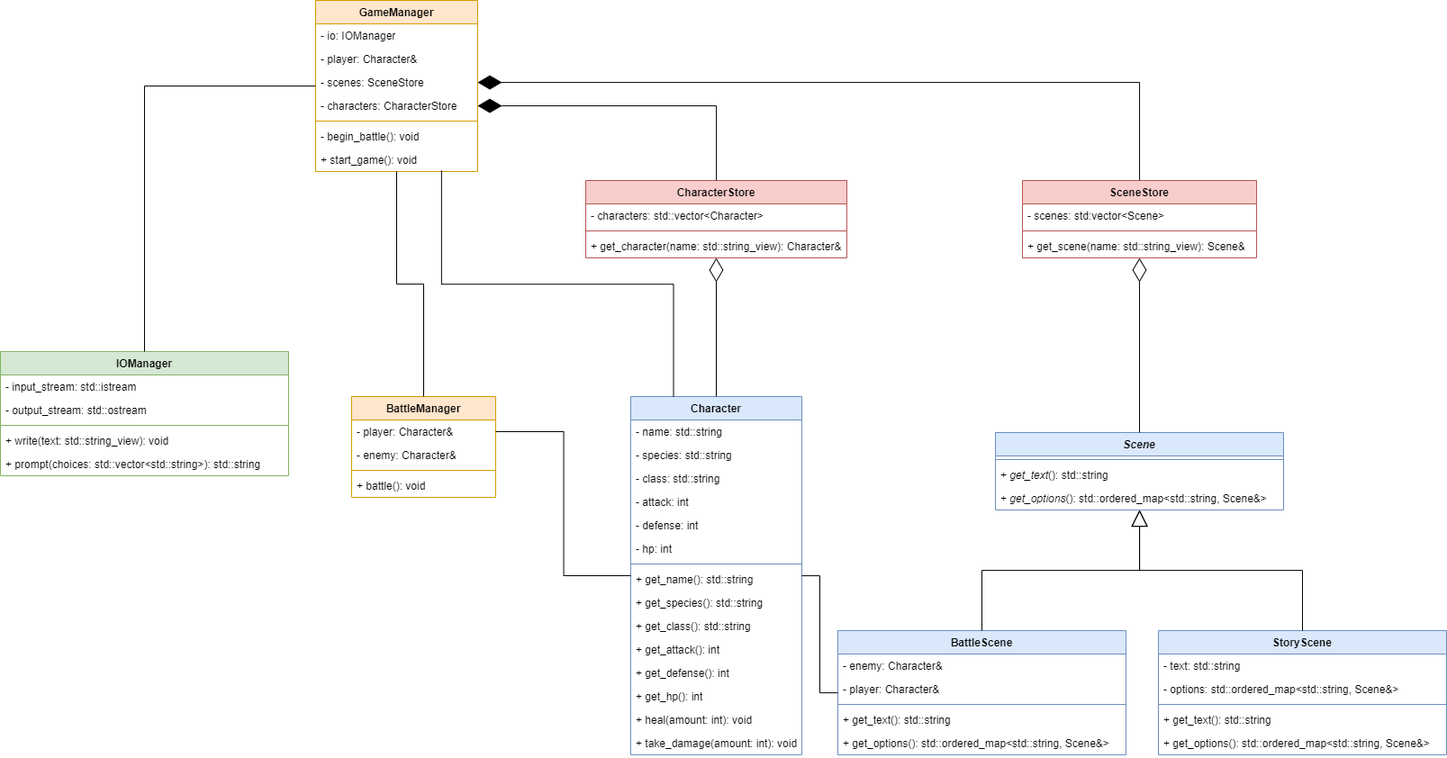
Before: class_diagram.png, a diagram exported from draw.io (youranye/RPG-Game-Void-Quest). Source tidied: cells renumbered, new cells last; positions are measured from the earlier drawing's top-left corner, leaving out a move shared by most shapes.
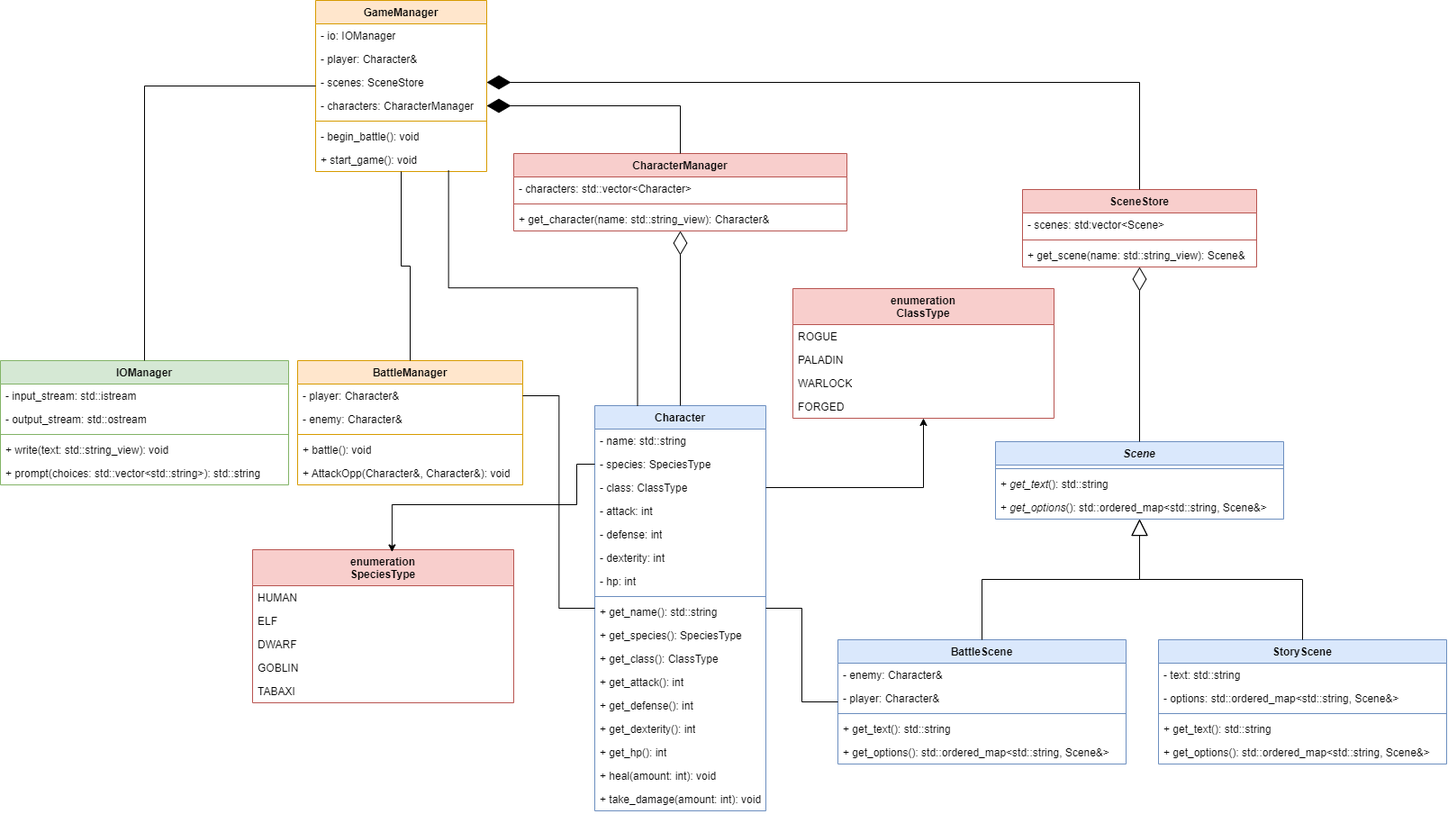
Later version of the same file.

Commit message:
updated class diagram and description to be more accurate

Diff of the diagram source:
```diff
@@ -3,15 +3,15 @@
     <mxCell id="0" />
     <mxCell id="1" parent="0" />
     <mxCell id="2" value="Character" style="swimlane;fontStyle=1;align=center;verticalAlign=top;horizontal=1;startSize=26;whiteSpace=wrap;html=1;fillColor=#dae8fc;strokeColor=#6c8ebf;" parent="1" vertex="1">
-      <mxGeometry x="700" y="440" width="190" height="398" as="geometry" />
+      <mxGeometry x="660" y="440" width="190" height="450" as="geometry" />
     </mxCell>
     <mxCell id="3" value="- name: std::string" style="text;strokeColor=none;fillColor=none;align=left;verticalAlign=top;spacingLeft=4;spacingRight=4;overflow=hidden;whiteSpace=wrap;html=1;" parent="2" vertex="1">
       <mxGeometry y="26" width="190" height="26" as="geometry" />
     </mxCell>
-    <mxCell id="4" value="- species: std::string" style="text;strokeColor=none;fillColor=none;align=left;verticalAlign=top;spacingLeft=4;spacingRight=4;overflow=hidden;points=[[0,0.5],[1,0.5]];portConstraint=eastwest;whiteSpace=wrap;html=1;" parent="2" vertex="1">
+    <mxCell id="4" value="- species: SpeciesType" style="text;strokeColor=none;fillColor=none;align=left;verticalAlign=top;spacingLeft=4;spacingRight=4;overflow=hidden;points=[[0,0.5],[1,0.5]];portConstraint=eastwest;whiteSpace=wrap;html=1;" parent="2" vertex="1">
       <mxGeometry y="52" width="190" height="26" as="geometry" />
     </mxCell>
-    <mxCell id="5" value="- class: std::string" style="text;strokeColor=none;fillColor=none;align=left;verticalAlign=top;spacingLeft=4;spacingRight=4;overflow=hidden;points=[[0,0.5],[1,0.5]];portConstraint=eastwest;whiteSpace=wrap;html=1;" parent="2" vertex="1">
+    <mxCell id="5" value="- class: ClassType" style="text;strokeColor=none;fillColor=none;align=left;verticalAlign=top;spacingLeft=4;spacingRight=4;overflow=hidden;points=[[0,0.5],[1,0.5]];portConstraint=eastwest;whiteSpace=wrap;html=1;" parent="2" vertex="1">
       <mxGeometry y="78" width="190" height="26" as="geometry" />
     </mxCell>
     <mxCell id="6" value="- attack: int" style="text;strokeColor=none;fillColor=none;align=left;verticalAlign=top;spacingLeft=4;spacingRight=4;overflow=hidden;whiteSpace=wrap;html=1;" parent="2" vertex="1">
@@ -20,35 +20,41 @@
     <mxCell id="7" value="- defense: int" style="text;strokeColor=none;fillColor=none;align=left;verticalAlign=top;spacingLeft=4;spacingRight=4;overflow=hidden;whiteSpace=wrap;html=1;" parent="2" vertex="1">
       <mxGeometry y="130" width="190" height="26" as="geometry" />
     </mxCell>
+    <mxCell id="72" value="- dexterity: int" style="text;strokeColor=none;fillColor=none;align=left;verticalAlign=top;spacingLeft=4;spacingRight=4;overflow=hidden;whiteSpace=wrap;html=1;" parent="2" vertex="1">
+      <mxGeometry y="156" width="190" height="26" as="geometry" />
+    </mxCell>
     <mxCell id="8" value="- hp: int" style="text;strokeColor=none;fillColor=none;align=left;verticalAlign=top;spacingLeft=4;spacingRight=4;overflow=hidden;whiteSpace=wrap;html=1;" parent="2" vertex="1">
-      <mxGeometry y="156" width="190" height="26" as="geometry" />
+      <mxGeometry y="182" width="190" height="26" as="geometry" />
     </mxCell>
     <mxCell id="9" style="line;strokeWidth=1;fillColor=none;align=left;verticalAlign=middle;spacingTop=-1;spacingLeft=3;spacingRight=3;labelPosition=right;strokeColor=inherit;" parent="2" vertex="1">
-      <mxGeometry y="182" width="190" height="8" as="geometry" />
+      <mxGeometry y="208" width="190" height="8" as="geometry" />
     </mxCell>
     <mxCell id="10" value="+ get_name(): std::string" style="text;strokeColor=none;fillColor=none;align=left;verticalAlign=top;spacingLeft=4;spacingRight=4;overflow=hidden;whiteSpace=wrap;html=1;" parent="2" vertex="1">
-      <mxGeometry y="190" width="190" height="26" as="geometry" />
+      <mxGeometry y="216" width="190" height="26" as="geometry" />
     </mxCell>
-    <mxCell id="11" value="+ get_species(): std::string" style="text;strokeColor=none;fillColor=none;align=left;verticalAlign=top;spacingLeft=4;spacingRight=4;overflow=hidden;whiteSpace=wrap;html=1;" parent="2" vertex="1">
-      <mxGeometry y="216" width="190" height="26" as="geometry" />
+    <mxCell id="11" value="+ get_species(): SpeciesType" style="text;strokeColor=none;fillColor=none;align=left;verticalAlign=top;spacingLeft=4;spacingRight=4;overflow=hidden;whiteSpace=wrap;html=1;" parent="2" vertex="1">
+      <mxGeometry y="242" width="190" height="26" as="geometry" />
     </mxCell>
-    <mxCell id="12" value="+ get_class(): std::string" style="text;strokeColor=none;fillColor=none;align=left;verticalAlign=top;spacingLeft=4;spacingRight=4;overflow=hidden;whiteSpace=wrap;html=1;" parent="2" vertex="1">
-      <mxGeometry y="242" width="190" height="26" as="geometry" />
+    <mxCell id="12" value="+ get_class(): ClassType" style="text;strokeColor=none;fillColor=none;align=left;verticalAlign=top;spacingLeft=4;spacingRight=4;overflow=hidden;whiteSpace=wrap;html=1;" parent="2" vertex="1">
+      <mxGeometry y="268" width="190" height="26" as="geometry" />
     </mxCell>
     <mxCell id="13" value="+ get_attack(): int" style="text;strokeColor=none;fillColor=none;align=left;verticalAlign=top;spacingLeft=4;spacingRight=4;overflow=hidden;whiteSpace=wrap;html=1;" parent="2" vertex="1">
-      <mxGeometry y="268" width="190" height="26" as="geometry" />
+      <mxGeometry y="294" width="190" height="26" as="geometry" />
     </mxCell>
     <mxCell id="14" value="+ get_defense(): int" style="text;strokeColor=none;fillColor=none;align=left;verticalAlign=top;spacingLeft=4;spacingRight=4;overflow=hidden;whiteSpace=wrap;html=1;" parent="2" vertex="1">
-      <mxGeometry y="294" width="190" height="26" as="geometry" />
+      <mxGeometry y="320" width="190" height="26" as="geometry" />
     </mxCell>
+    <mxCell id="73" value="+ get_dexterity(): int" style="text;strokeColor=none;fillColor=none;align=left;verticalAlign=top;spacingLeft=4;spacingRight=4;overflow=hidden;whiteSpace=wrap;html=1;" parent="2" vertex="1">
+      <mxGeometry y="346" width="190" height="26" as="geometry" />
+    </mxCell>
     <mxCell id="15" value="+ get_hp(): int" style="text;strokeColor=none;fillColor=none;align=left;verticalAlign=top;spacingLeft=4;spacingRight=4;overflow=hidden;whiteSpace=wrap;html=1;" parent="2" vertex="1">
-      <mxGeometry y="320" width="190" height="26" as="geometry" />
+      <mxGeometry y="372" width="190" height="26" as="geometry" />
     </mxCell>
     <mxCell id="16" value="+ heal(amount: int): void" style="text;strokeColor=none;fillColor=none;align=left;verticalAlign=top;spacingLeft=4;spacingRight=4;overflow=hidden;whiteSpace=wrap;html=1;" parent="2" vertex="1">
-      <mxGeometry y="346" width="190" height="26" as="geometry" />
+      <mxGeometry y="398" width="190" height="26" as="geometry" />
     </mxCell>
     <mxCell id="17" value="+ take_damage(amount: int): void" style="text;strokeColor=none;fillColor=none;align=left;verticalAlign=top;spacingLeft=4;spacingRight=4;overflow=hidden;whiteSpace=wrap;html=1;" parent="2" vertex="1">
-      <mxGeometry y="372" width="190" height="26" as="geometry" />
+      <mxGeometry y="424" width="190" height="26" as="geometry" />
     </mxCell>
     <mxCell id="18" value="IOManager" style="swimlane;fontStyle=1;align=center;verticalAlign=top;horizontal=1;startSize=26;whiteSpace=wrap;html=1;fillColor=#d5e8d4;strokeColor=#82b366;" parent="1" vertex="1">
       <mxGeometry y="390" width="320" height="138" as="geometry" />
@@ -69,56 +75,59 @@
       <mxGeometry y="112" width="320" height="26" as="geometry" />
     </mxCell>
     <mxCell id="24" value="GameManager" style="swimlane;fontStyle=1;align=center;verticalAlign=top;horizontal=1;startSize=26;whiteSpace=wrap;html=1;fillColor=#ffe6cc;strokeColor=#d79b00;" parent="1" vertex="1">
-      <mxGeometry x="350" width="180" height="190" as="geometry" />
+      <mxGeometry x="350" y="-10" width="190" height="190" as="geometry" />
     </mxCell>
     <mxCell id="25" value="- io: IOManager" style="text;strokeColor=none;fillColor=none;align=left;verticalAlign=top;spacingLeft=4;spacingRight=4;overflow=hidden;whiteSpace=wrap;html=1;" parent="24" vertex="1">
-      <mxGeometry y="26" width="180" height="26" as="geometry" />
+      <mxGeometry y="26" width="190" height="26" as="geometry" />
     </mxCell>
     <mxCell id="26" value="- player: Character&amp;amp;" style="text;strokeColor=none;fillColor=none;align=left;verticalAlign=top;spacingLeft=4;spacingRight=4;overflow=hidden;whiteSpace=wrap;html=1;" parent="24" vertex="1">
-      <mxGeometry y="52" width="180" height="26" as="geometry" />
+      <mxGeometry y="52" width="190" height="26" as="geometry" />
     </mxCell>
     <mxCell id="27" value="- scenes: SceneStore" style="text;strokeColor=none;fillColor=none;align=left;verticalAlign=top;spacingLeft=4;spacingRight=4;overflow=hidden;points=[[0,0.5],[1,0.5]];portConstraint=eastwest;whiteSpace=wrap;html=1;" parent="24" vertex="1">
-      <mxGeometry y="78" width="180" height="26" as="geometry" />
+      <mxGeometry y="78" width="190" height="26" as="geometry" />
     </mxCell>
-    <mxCell id="28" value="- characters: CharacterStore" style="text;strokeColor=none;fillColor=none;align=left;verticalAlign=top;spacingLeft=4;spacingRight=4;overflow=hidden;points=[[0,0.5],[1,0.5]];portConstraint=eastwest;whiteSpace=wrap;html=1;" parent="24" vertex="1">
-      <mxGeometry y="104" width="180" height="26" as="geometry" />
+    <mxCell id="28" value="- characters: CharacterManager" style="text;strokeColor=none;fillColor=none;align=left;verticalAlign=top;spacingLeft=4;spacingRight=4;overflow=hidden;points=[[0,0.5],[1,0.5]];portConstraint=eastwest;whiteSpace=wrap;html=1;" parent="24" vertex="1">
+      <mxGeometry y="104" width="190" height="26" as="geometry" />
     </mxCell>
     <mxCell id="29" style="line;strokeWidth=1;fillColor=none;align=left;verticalAlign=middle;spacingTop=-1;spacingLeft=3;spacingRight=3;labelPosition=right;strokeColor=inherit;" parent="24" vertex="1">
-      <mxGeometry y="130" width="180" height="8" as="geometry" />
+      <mxGeometry y="130" width="190" height="8" as="geometry" />
     </mxCell>
     <mxCell id="30" value="- begin_battle(): void" style="text;strokeColor=none;fillColor=none;align=left;verticalAlign=top;spacingLeft=4;spacingRight=4;overflow=hidden;whiteSpace=wrap;html=1;" parent="24" vertex="1">
-      <mxGeometry y="138" width="180" height="26" as="geometry" />
+      <mxGeometry y="138" width="190" height="26" as="geometry" />
     </mxCell>
     <mxCell id="31" value="+ start_game(): void" style="text;strokeColor=none;fillColor=none;align=left;verticalAlign=top;spacingLeft=4;spacingRight=4;overflow=hidden;points=[[0,0.5],[1,0.5]];portConstraint=eastwest;whiteSpace=wrap;html=1;" parent="24" vertex="1">
-      <mxGeometry y="164" width="180" height="26" as="geometry" />
+      <mxGeometry y="164" width="190" height="26" as="geometry" />
     </mxCell>
-    <mxCell id="32" value="CharacterStore" style="swimlane;fontStyle=1;align=center;verticalAlign=top;horizontal=1;startSize=26;whiteSpace=wrap;html=1;fillColor=#f8cecc;strokeColor=#b85450;" parent="1" vertex="1">
-      <mxGeometry x="650" y="200" width="290" height="86" as="geometry" />
+    <mxCell id="32" value="CharacterManager" style="swimlane;fontStyle=1;align=center;verticalAlign=top;horizontal=1;startSize=26;whiteSpace=wrap;html=1;fillColor=#f8cecc;strokeColor=#b85450;" parent="1" vertex="1">
+      <mxGeometry x="570" y="160" width="370" height="86" as="geometry" />
     </mxCell>
     <mxCell id="33" value="- characters: std::vector&amp;lt;Character&amp;gt;" style="text;strokeColor=none;fillColor=none;align=left;verticalAlign=top;spacingLeft=4;spacingRight=4;overflow=hidden;whiteSpace=wrap;html=1;" parent="32" vertex="1">
-      <mxGeometry y="26" width="290" height="26" as="geometry" />
+      <mxGeometry y="26" width="370" height="26" as="geometry" />
     </mxCell>
     <mxCell id="34" style="line;strokeWidth=1;fillColor=none;align=left;verticalAlign=middle;spacingTop=-1;spacingLeft=3;spacingRight=3;labelPosition=right;strokeColor=inherit;" parent="32" vertex="1">
-      <mxGeometry y="52" width="290" height="8" as="geometry" />
+      <mxGeometry y="52" width="370" height="8" as="geometry" />
     </mxCell>
     <mxCell id="35" value="+ get_character(name: std::string_view): Character&amp;amp;" style="text;strokeColor=none;fillColor=none;align=left;verticalAlign=top;spacingLeft=4;spacingRight=4;overflow=hidden;whiteSpace=wrap;html=1;" parent="32" vertex="1">
-      <mxGeometry y="60" width="290" height="26" as="geometry" />
+      <mxGeometry y="60" width="370" height="26" as="geometry" />
     </mxCell>
     <mxCell id="36" value="BattleManager" style="swimlane;fontStyle=1;align=center;verticalAlign=top;horizontal=1;startSize=26;whiteSpace=wrap;html=1;fillColor=#ffe6cc;strokeColor=#d79b00;" parent="1" vertex="1">
-      <mxGeometry x="390" y="440" width="160" height="112" as="geometry" />
+      <mxGeometry x="330" y="390" width="250" height="138" as="geometry" />
     </mxCell>
     <mxCell id="37" value="- player: Character&amp;amp;" style="text;strokeColor=none;fillColor=none;align=left;verticalAlign=top;spacingLeft=4;spacingRight=4;overflow=hidden;points=[[0,0.5],[1,0.5]];portConstraint=eastwest;whiteSpace=wrap;html=1;" parent="36" vertex="1">
-      <mxGeometry y="26" width="160" height="26" as="geometry" />
+      <mxGeometry y="26" width="250" height="26" as="geometry" />
     </mxCell>
     <mxCell id="38" value="- enemy: Character&amp;amp;" style="text;strokeColor=none;fillColor=none;align=left;verticalAlign=top;spacingLeft=4;spacingRight=4;overflow=hidden;whiteSpace=wrap;html=1;" parent="36" vertex="1">
-      <mxGeometry y="52" width="160" height="26" as="geometry" />
+      <mxGeometry y="52" width="250" height="26" as="geometry" />
     </mxCell>
     <mxCell id="39" style="line;strokeWidth=1;fillColor=none;align=left;verticalAlign=middle;spacingTop=-1;spacingLeft=3;spacingRight=3;labelPosition=right;strokeColor=inherit;" parent="36" vertex="1">
-      <mxGeometry y="78" width="160" height="8" as="geometry" />
+      <mxGeometry y="78" width="250" height="8" as="geometry" />
     </mxCell>
     <mxCell id="40" value="+ battle(): void" style="text;strokeColor=none;fillColor=none;align=left;verticalAlign=top;spacingLeft=4;spacingRight=4;overflow=hidden;whiteSpace=wrap;html=1;" parent="36" vertex="1">
-      <mxGeometry y="86" width="160" height="26" as="geometry" />
+      <mxGeometry y="86" width="250" height="26" as="geometry" />
     </mxCell>
+    <mxCell id="74" value="+ AttackOpp(Character&amp;amp;, Character&amp;amp;): void" style="text;strokeColor=none;fillColor=none;align=left;verticalAlign=top;spacingLeft=4;spacingRight=4;overflow=hidden;whiteSpace=wrap;html=1;" parent="36" vertex="1">
+      <mxGeometry y="112" width="250" height="26" as="geometry" />
+    </mxCell>
     <mxCell id="41" style="endArrow=none;html=1;edgeStyle=elbowEdgeStyle;rounded=0;" parent="1" edge="1" source="2" target="37">
       <mxGeometry relative="1" as="geometry" />
     </mxCell>
@@ -212,5 +221,50 @@
     <mxCell id="71" style="endArrow=diamondThin;endFill=1;endSize=24;html=1;rounded=0;edgeStyle=orthogonalEdgeStyle;" parent="1" edge="1" source="43" target="27">
       <mxGeometry relative="1" as="geometry" />
     </mxCell>
+    <mxCell id="75" value="enumeration&lt;br&gt;ClassType" style="swimlane;fontStyle=1;align=center;verticalAlign=top;horizontal=1;startSize=40;whiteSpace=wrap;html=1;fillColor=#f8cecc;strokeColor=#b85450;" parent="1" vertex="1">
+      <mxGeometry x="880" y="310" width="290" height="144" as="geometry" />
+    </mxCell>
+    <mxCell id="76" value="ROGUE" style="text;strokeColor=none;fillColor=none;align=left;verticalAlign=top;spacingLeft=4;spacingRight=4;overflow=hidden;whiteSpace=wrap;html=1;" parent="75" vertex="1">
+      <mxGeometry y="40" width="290" height="26" as="geometry" />
+    </mxCell>
+    <mxCell id="77" value="PALADIN" style="text;strokeColor=none;fillColor=none;align=left;verticalAlign=top;spacingLeft=4;spacingRight=4;overflow=hidden;whiteSpace=wrap;html=1;" parent="75" vertex="1">
+      <mxGeometry y="66" width="290" height="26" as="geometry" />
+    </mxCell>
+    <mxCell id="78" value="WARLOCK" style="text;strokeColor=none;fillColor=none;align=left;verticalAlign=top;spacingLeft=4;spacingRight=4;overflow=hidden;whiteSpace=wrap;html=1;" parent="75" vertex="1">
+      <mxGeometry y="92" width="290" height="26" as="geometry" />
+    </mxCell>
+    <mxCell id="79" value="FORGED" style="text;strokeColor=none;fillColor=none;align=left;verticalAlign=top;spacingLeft=4;spacingRight=4;overflow=hidden;whiteSpace=wrap;html=1;" parent="75" vertex="1">
+      <mxGeometry y="118" width="290" height="26" as="geometry" />
+    </mxCell>
+    <mxCell id="80" style="edgeStyle=orthogonalEdgeStyle;rounded=0;jettySize=auto;html=1;" parent="1" edge="1" source="5" target="75">
+      <mxGeometry relative="1" as="geometry" />
+    </mxCell>
+    <mxCell id="81" value="enumeration&lt;br&gt;SpeciesType" style="swimlane;fontStyle=1;align=center;verticalAlign=top;horizontal=1;startSize=40;whiteSpace=wrap;html=1;fillColor=#f8cecc;strokeColor=#b85450;" parent="1" vertex="1">
+      <mxGeometry x="280" y="600" width="290" height="170" as="geometry" />
+    </mxCell>
+    <mxCell id="82" value="HUMAN&lt;span id=&quot;docs-internal-guid-f17bb380-7fff-ab81-c959-16653413403e&quot;&gt;&lt;/span&gt;" style="text;strokeColor=none;fillColor=none;align=left;verticalAlign=top;spacingLeft=4;spacingRight=4;overflow=hidden;whiteSpace=wrap;html=1;" parent="81" vertex="1">
+      <mxGeometry y="40" width="290" height="26" as="geometry" />
+    </mxCell>
+    <mxCell id="83" value="ELF" style="text;strokeColor=none;fillColor=none;align=left;verticalAlign=top;spacingLeft=4;spacingRight=4;overflow=hidden;whiteSpace=wrap;html=1;" parent="81" vertex="1">
+      <mxGeometry y="66" width="290" height="26" as="geometry" />
+    </mxCell>
+    <mxCell id="84" value="DWARF" style="text;strokeColor=none;fillColor=none;align=left;verticalAlign=top;spacingLeft=4;spacingRight=4;overflow=hidden;whiteSpace=wrap;html=1;" parent="81" vertex="1">
+      <mxGeometry y="92" width="290" height="26" as="geometry" />
+    </mxCell>
+    <mxCell id="85" value="GOBLIN" style="text;strokeColor=none;fillColor=none;align=left;verticalAlign=top;spacingLeft=4;spacingRight=4;overflow=hidden;whiteSpace=wrap;html=1;" parent="81" vertex="1">
+      <mxGeometry y="118" width="290" height="26" as="geometry" />
+    </mxCell>
+    <mxCell id="86" value="TABAXI" style="text;strokeColor=none;fillColor=none;align=left;verticalAlign=top;spacingLeft=4;spacingRight=4;overflow=hidden;whiteSpace=wrap;html=1;" parent="81" vertex="1">
+      <mxGeometry y="144" width="290" height="26" as="geometry" />
+    </mxCell>
+    <mxCell id="87" style="edgeStyle=orthogonalEdgeStyle;rounded=0;jettySize=auto;html=1;exitX=0;exitY=0.5;exitDx=0;exitDy=0;entryX=0.534;entryY=0.015;entryDx=0;entryDy=0;entryPerimeter=0;" parent="1" edge="1" source="4" target="81">
+      <mxGeometry relative="1" as="geometry">
+        <Array as="points">
+          <mxPoint x="640" y="505" />
+          <mxPoint x="640" y="550" />
+          <mxPoint x="435" y="550" />
+        </Array>
+      </mxGeometry>
+    </mxCell>
   </root>
 </mxGraphModel>
```
